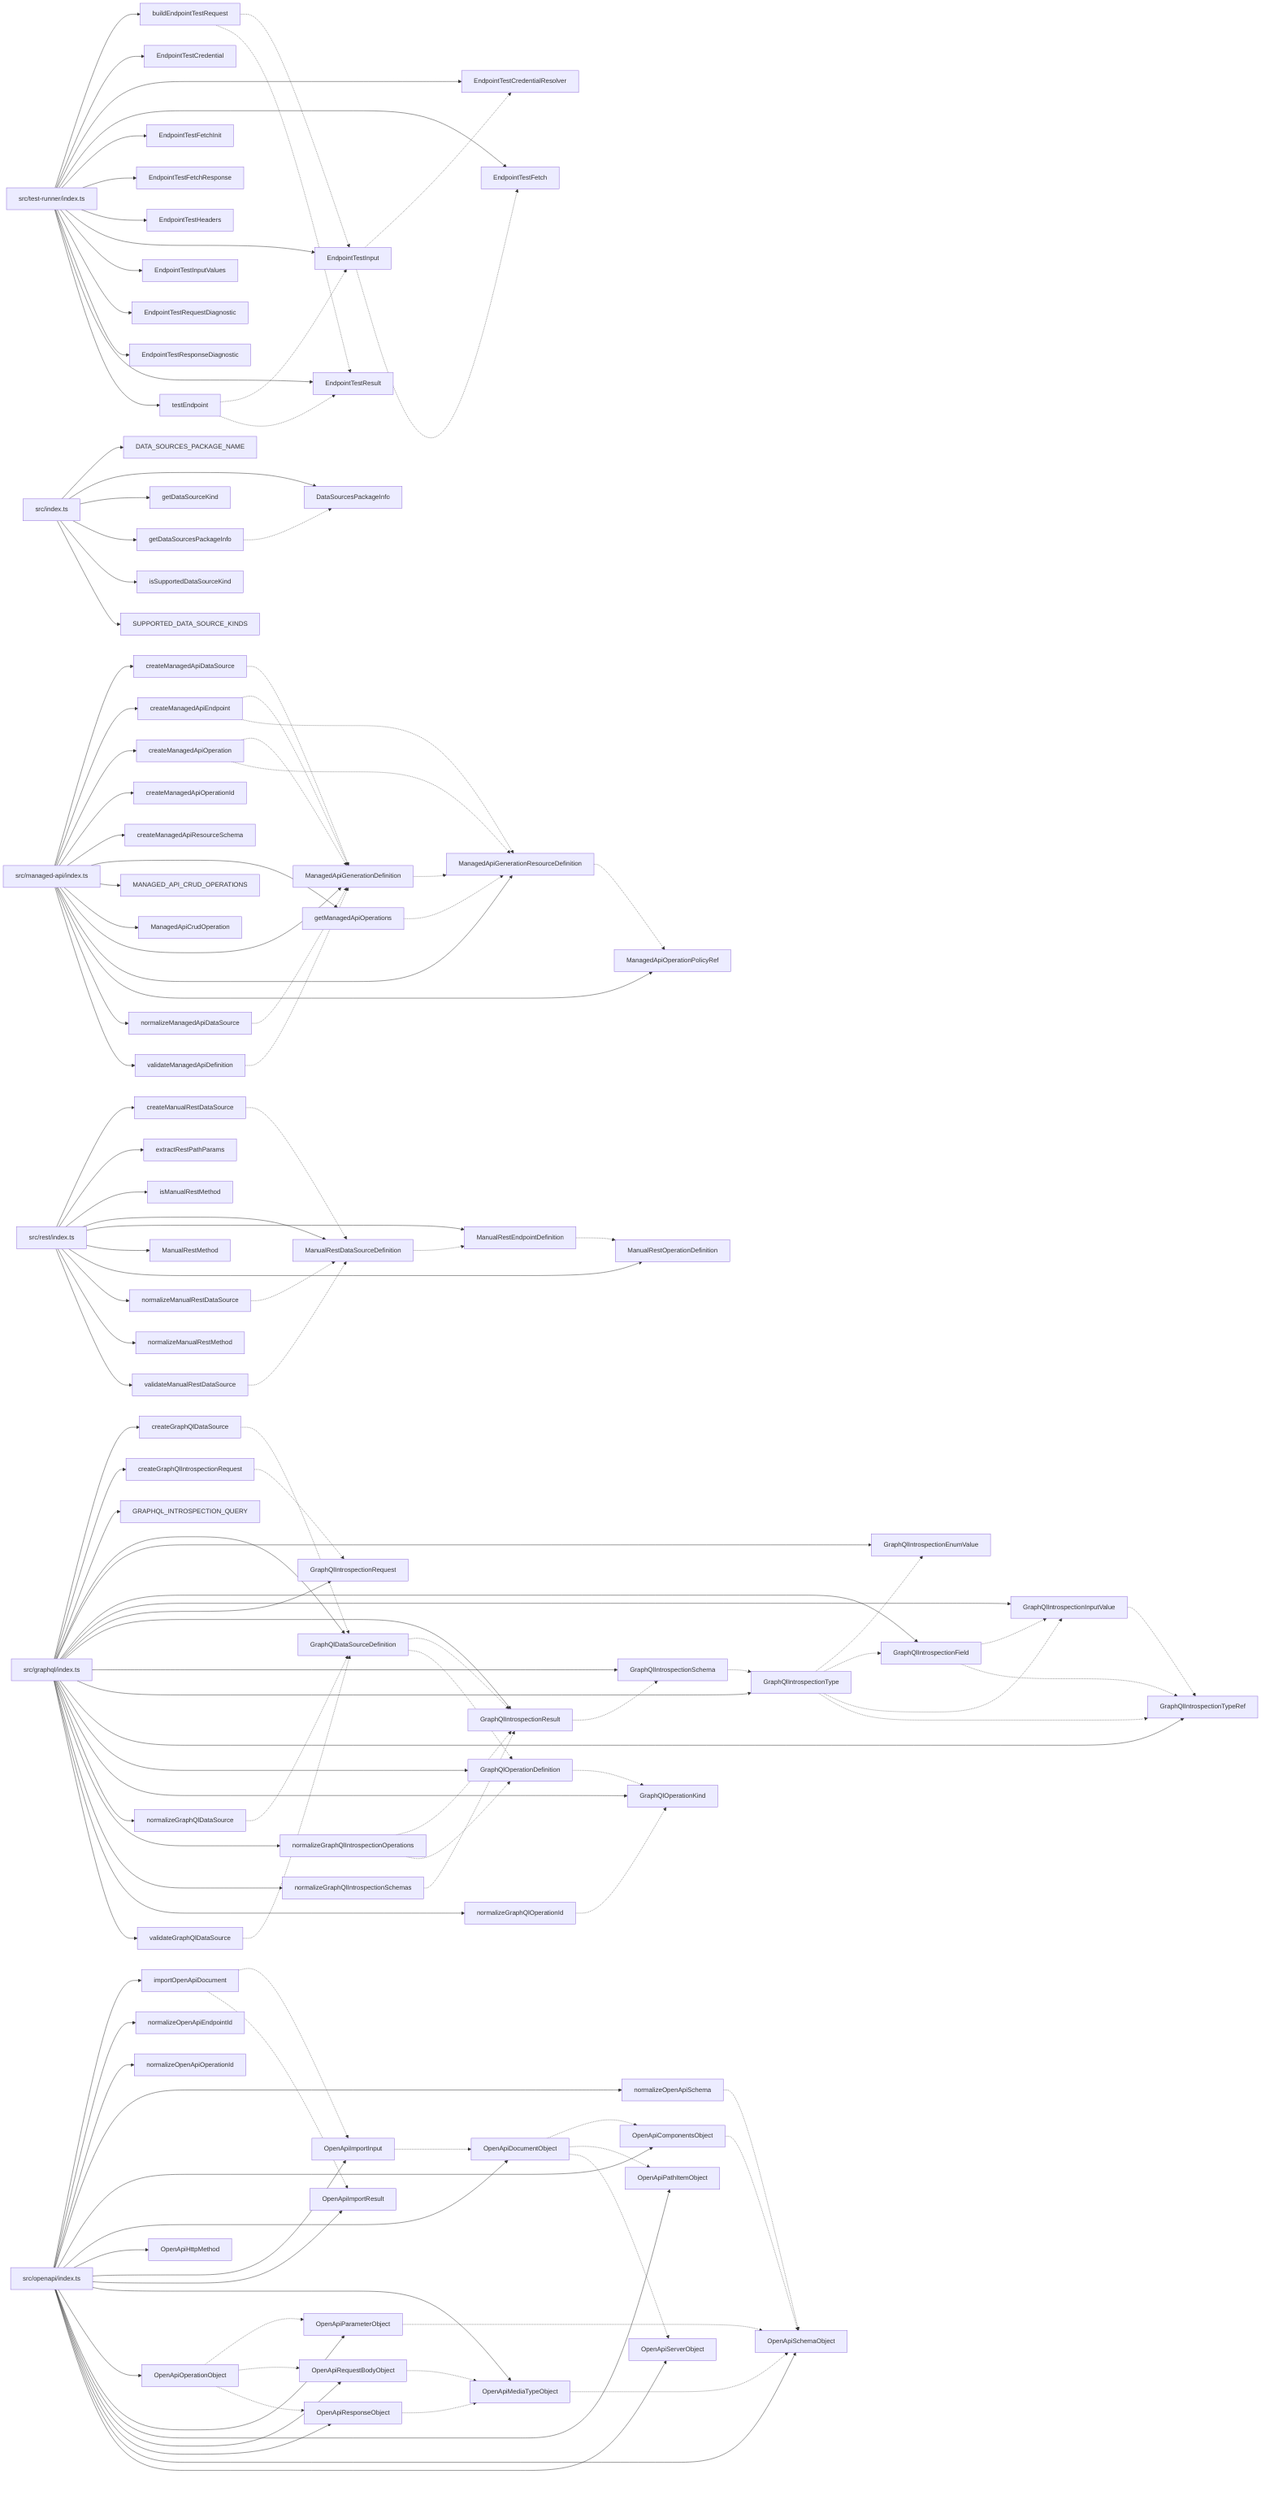
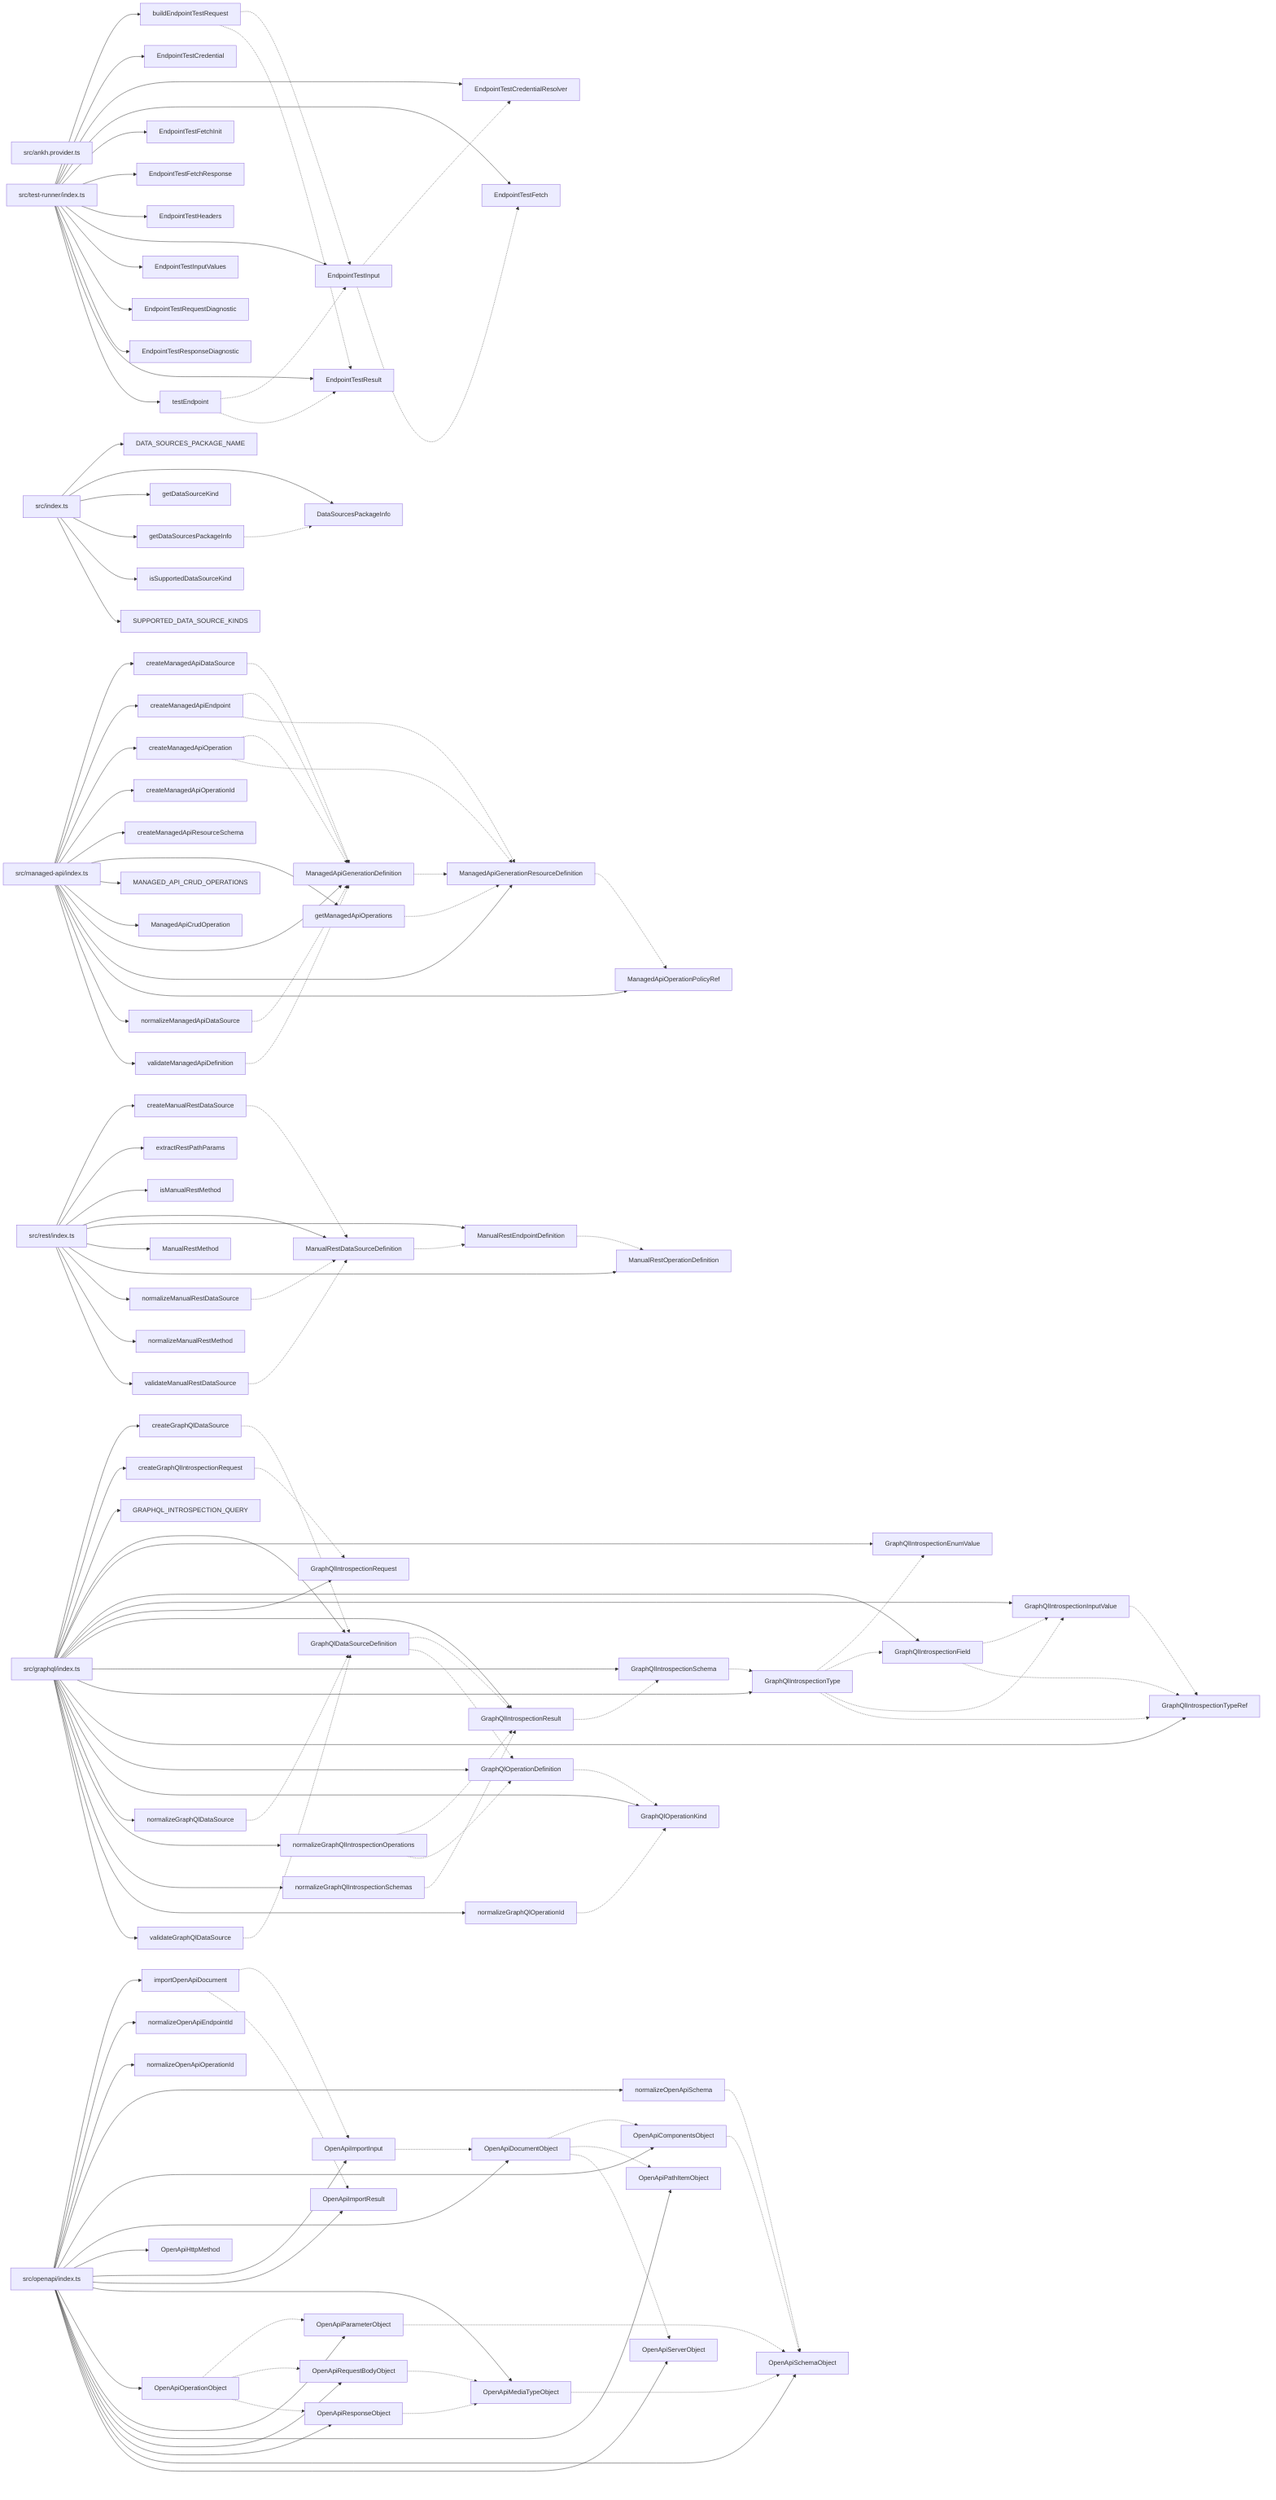
graph LR
+   module_src_ankh_provider_ts["src/ankh.provider.ts"]
  module_src_graphql_index_ts["src/graphql/index.ts"]
  module_src_index_ts["src/index.ts"]
  module_src_managed_api_index_ts["src/managed-api/index.ts"]
  module_src_openapi_index_ts["src/openapi/index.ts"]
  module_src_rest_index_ts["src/rest/index.ts"]
  module_src_test_runner_index_ts["src/test-runner/index.ts"]
  export_buildEndpointTestRequest["buildEndpointTestRequest"]
  module_src_test_runner_index_ts --> export_buildEndpointTestRequest
  export_buildEndpointTestRequest -.-> export_EndpointTestInput
  export_buildEndpointTestRequest -.-> export_EndpointTestResult
  export_createGraphQlDataSource["createGraphQlDataSource"]
  module_src_graphql_index_ts --> export_createGraphQlDataSource
  export_createGraphQlDataSource -.-> export_GraphQlDataSourceDefinition
  export_createGraphQlIntrospectionRequest["createGraphQlIntrospectionRequest"]
  module_src_graphql_index_ts --> export_createGraphQlIntrospectionRequest
  export_createGraphQlIntrospectionRequest -.-> export_GraphQlIntrospectionRequest
  export_createManagedApiDataSource["createManagedApiDataSource"]
  module_src_managed_api_index_ts --> export_createManagedApiDataSource
  export_createManagedApiDataSource -.-> export_ManagedApiGenerationDefinition
  export_createManagedApiEndpoint["createManagedApiEndpoint"]
  module_src_managed_api_index_ts --> export_createManagedApiEndpoint
  export_createManagedApiEndpoint -.-> export_ManagedApiGenerationDefinition
  export_createManagedApiEndpoint -.-> export_ManagedApiGenerationResourceDefinition
  export_createManagedApiOperation["createManagedApiOperation"]
  module_src_managed_api_index_ts --> export_createManagedApiOperation
  export_createManagedApiOperation -.-> export_ManagedApiGenerationDefinition
  export_createManagedApiOperation -.-> export_ManagedApiGenerationResourceDefinition
  export_createManagedApiOperationId["createManagedApiOperationId"]
  module_src_managed_api_index_ts --> export_createManagedApiOperationId
  export_createManagedApiResourceSchema["createManagedApiResourceSchema"]
  module_src_managed_api_index_ts --> export_createManagedApiResourceSchema
  export_createManualRestDataSource["createManualRestDataSource"]
  module_src_rest_index_ts --> export_createManualRestDataSource
  export_createManualRestDataSource -.-> export_ManualRestDataSourceDefinition
  export_DATA_SOURCES_PACKAGE_NAME["DATA_SOURCES_PACKAGE_NAME"]
  module_src_index_ts --> export_DATA_SOURCES_PACKAGE_NAME
  export_DataSourcesPackageInfo["DataSourcesPackageInfo"]
  module_src_index_ts --> export_DataSourcesPackageInfo
  export_EndpointTestCredential["EndpointTestCredential"]
  module_src_test_runner_index_ts --> export_EndpointTestCredential
  export_EndpointTestCredentialResolver["EndpointTestCredentialResolver"]
  module_src_test_runner_index_ts --> export_EndpointTestCredentialResolver
  export_EndpointTestFetch["EndpointTestFetch"]
  module_src_test_runner_index_ts --> export_EndpointTestFetch
  export_EndpointTestFetchInit["EndpointTestFetchInit"]
  module_src_test_runner_index_ts --> export_EndpointTestFetchInit
  export_EndpointTestFetchResponse["EndpointTestFetchResponse"]
  module_src_test_runner_index_ts --> export_EndpointTestFetchResponse
  export_EndpointTestHeaders["EndpointTestHeaders"]
  module_src_test_runner_index_ts --> export_EndpointTestHeaders
  export_EndpointTestInput["EndpointTestInput"]
  module_src_test_runner_index_ts --> export_EndpointTestInput
  export_EndpointTestInput -.-> export_EndpointTestCredentialResolver
  export_EndpointTestInput -.-> export_EndpointTestFetch
  export_EndpointTestInputValues["EndpointTestInputValues"]
  module_src_test_runner_index_ts --> export_EndpointTestInputValues
  export_EndpointTestRequestDiagnostic["EndpointTestRequestDiagnostic"]
  module_src_test_runner_index_ts --> export_EndpointTestRequestDiagnostic
  export_EndpointTestResponseDiagnostic["EndpointTestResponseDiagnostic"]
  module_src_test_runner_index_ts --> export_EndpointTestResponseDiagnostic
  export_EndpointTestResult["EndpointTestResult"]
  module_src_test_runner_index_ts --> export_EndpointTestResult
  export_extractRestPathParams["extractRestPathParams"]
  module_src_rest_index_ts --> export_extractRestPathParams
  export_getDataSourceKind["getDataSourceKind"]
  module_src_index_ts --> export_getDataSourceKind
  export_getDataSourcesPackageInfo["getDataSourcesPackageInfo"]
  module_src_index_ts --> export_getDataSourcesPackageInfo
  export_getDataSourcesPackageInfo -.-> export_DataSourcesPackageInfo
  export_getManagedApiOperations["getManagedApiOperations"]
  module_src_managed_api_index_ts --> export_getManagedApiOperations
  export_getManagedApiOperations -.-> export_ManagedApiGenerationResourceDefinition
  export_GRAPHQL_INTROSPECTION_QUERY["GRAPHQL_INTROSPECTION_QUERY"]
  module_src_graphql_index_ts --> export_GRAPHQL_INTROSPECTION_QUERY
  export_GraphQlDataSourceDefinition["GraphQlDataSourceDefinition"]
  module_src_graphql_index_ts --> export_GraphQlDataSourceDefinition
  export_GraphQlDataSourceDefinition -.-> export_GraphQlIntrospectionResult
  export_GraphQlDataSourceDefinition -.-> export_GraphQlOperationDefinition
  export_GraphQlIntrospectionEnumValue["GraphQlIntrospectionEnumValue"]
  module_src_graphql_index_ts --> export_GraphQlIntrospectionEnumValue
  export_GraphQlIntrospectionField["GraphQlIntrospectionField"]
  module_src_graphql_index_ts --> export_GraphQlIntrospectionField
  export_GraphQlIntrospectionField -.-> export_GraphQlIntrospectionInputValue
  export_GraphQlIntrospectionField -.-> export_GraphQlIntrospectionTypeRef
  export_GraphQlIntrospectionInputValue["GraphQlIntrospectionInputValue"]
  module_src_graphql_index_ts --> export_GraphQlIntrospectionInputValue
  export_GraphQlIntrospectionInputValue -.-> export_GraphQlIntrospectionTypeRef
  export_GraphQlIntrospectionRequest["GraphQlIntrospectionRequest"]
  module_src_graphql_index_ts --> export_GraphQlIntrospectionRequest
  export_GraphQlIntrospectionResult["GraphQlIntrospectionResult"]
  module_src_graphql_index_ts --> export_GraphQlIntrospectionResult
  export_GraphQlIntrospectionResult -.-> export_GraphQlIntrospectionSchema
  export_GraphQlIntrospectionSchema["GraphQlIntrospectionSchema"]
  module_src_graphql_index_ts --> export_GraphQlIntrospectionSchema
  export_GraphQlIntrospectionSchema -.-> export_GraphQlIntrospectionType
  export_GraphQlIntrospectionType["GraphQlIntrospectionType"]
  module_src_graphql_index_ts --> export_GraphQlIntrospectionType
  export_GraphQlIntrospectionType -.-> export_GraphQlIntrospectionEnumValue
  export_GraphQlIntrospectionType -.-> export_GraphQlIntrospectionField
  export_GraphQlIntrospectionType -.-> export_GraphQlIntrospectionInputValue
  export_GraphQlIntrospectionType -.-> export_GraphQlIntrospectionTypeRef
  export_GraphQlIntrospectionTypeRef["GraphQlIntrospectionTypeRef"]
  module_src_graphql_index_ts --> export_GraphQlIntrospectionTypeRef
  export_GraphQlOperationDefinition["GraphQlOperationDefinition"]
  module_src_graphql_index_ts --> export_GraphQlOperationDefinition
  export_GraphQlOperationDefinition -.-> export_GraphQlOperationKind
  export_GraphQlOperationKind["GraphQlOperationKind"]
  module_src_graphql_index_ts --> export_GraphQlOperationKind
  export_importOpenApiDocument["importOpenApiDocument"]
  module_src_openapi_index_ts --> export_importOpenApiDocument
  export_importOpenApiDocument -.-> export_OpenApiImportInput
  export_importOpenApiDocument -.-> export_OpenApiImportResult
  export_isManualRestMethod["isManualRestMethod"]
  module_src_rest_index_ts --> export_isManualRestMethod
  export_isSupportedDataSourceKind["isSupportedDataSourceKind"]
  module_src_index_ts --> export_isSupportedDataSourceKind
  export_MANAGED_API_CRUD_OPERATIONS["MANAGED_API_CRUD_OPERATIONS"]
  module_src_managed_api_index_ts --> export_MANAGED_API_CRUD_OPERATIONS
  export_ManagedApiCrudOperation["ManagedApiCrudOperation"]
  module_src_managed_api_index_ts --> export_ManagedApiCrudOperation
  export_ManagedApiGenerationDefinition["ManagedApiGenerationDefinition"]
  module_src_managed_api_index_ts --> export_ManagedApiGenerationDefinition
  export_ManagedApiGenerationDefinition -.-> export_ManagedApiGenerationResourceDefinition
  export_ManagedApiGenerationResourceDefinition["ManagedApiGenerationResourceDefinition"]
  module_src_managed_api_index_ts --> export_ManagedApiGenerationResourceDefinition
  export_ManagedApiGenerationResourceDefinition -.-> export_ManagedApiOperationPolicyRef
  export_ManagedApiOperationPolicyRef["ManagedApiOperationPolicyRef"]
  module_src_managed_api_index_ts --> export_ManagedApiOperationPolicyRef
  export_ManualRestDataSourceDefinition["ManualRestDataSourceDefinition"]
  module_src_rest_index_ts --> export_ManualRestDataSourceDefinition
  export_ManualRestDataSourceDefinition -.-> export_ManualRestEndpointDefinition
  export_ManualRestEndpointDefinition["ManualRestEndpointDefinition"]
  module_src_rest_index_ts --> export_ManualRestEndpointDefinition
  export_ManualRestEndpointDefinition -.-> export_ManualRestOperationDefinition
  export_ManualRestMethod["ManualRestMethod"]
  module_src_rest_index_ts --> export_ManualRestMethod
  export_ManualRestOperationDefinition["ManualRestOperationDefinition"]
  module_src_rest_index_ts --> export_ManualRestOperationDefinition
  export_normalizeGraphQlDataSource["normalizeGraphQlDataSource"]
  module_src_graphql_index_ts --> export_normalizeGraphQlDataSource
  export_normalizeGraphQlDataSource -.-> export_GraphQlDataSourceDefinition
  export_normalizeGraphQlIntrospectionOperations["normalizeGraphQlIntrospectionOperations"]
  module_src_graphql_index_ts --> export_normalizeGraphQlIntrospectionOperations
  export_normalizeGraphQlIntrospectionOperations -.-> export_GraphQlIntrospectionResult
  export_normalizeGraphQlIntrospectionOperations -.-> export_GraphQlOperationDefinition
  export_normalizeGraphQlIntrospectionSchemas["normalizeGraphQlIntrospectionSchemas"]
  module_src_graphql_index_ts --> export_normalizeGraphQlIntrospectionSchemas
  export_normalizeGraphQlIntrospectionSchemas -.-> export_GraphQlIntrospectionResult
  export_normalizeGraphQlOperationId["normalizeGraphQlOperationId"]
  module_src_graphql_index_ts --> export_normalizeGraphQlOperationId
  export_normalizeGraphQlOperationId -.-> export_GraphQlOperationKind
  export_normalizeManagedApiDataSource["normalizeManagedApiDataSource"]
  module_src_managed_api_index_ts --> export_normalizeManagedApiDataSource
  export_normalizeManagedApiDataSource -.-> export_ManagedApiGenerationDefinition
  export_normalizeManualRestDataSource["normalizeManualRestDataSource"]
  module_src_rest_index_ts --> export_normalizeManualRestDataSource
  export_normalizeManualRestDataSource -.-> export_ManualRestDataSourceDefinition
  export_normalizeManualRestMethod["normalizeManualRestMethod"]
  module_src_rest_index_ts --> export_normalizeManualRestMethod
  export_normalizeOpenApiEndpointId["normalizeOpenApiEndpointId"]
  module_src_openapi_index_ts --> export_normalizeOpenApiEndpointId
  export_normalizeOpenApiOperationId["normalizeOpenApiOperationId"]
  module_src_openapi_index_ts --> export_normalizeOpenApiOperationId
  export_normalizeOpenApiSchema["normalizeOpenApiSchema"]
  module_src_openapi_index_ts --> export_normalizeOpenApiSchema
  export_normalizeOpenApiSchema -.-> export_OpenApiSchemaObject
  export_OpenApiComponentsObject["OpenApiComponentsObject"]
  module_src_openapi_index_ts --> export_OpenApiComponentsObject
  export_OpenApiComponentsObject -.-> export_OpenApiSchemaObject
  export_OpenApiDocumentObject["OpenApiDocumentObject"]
  module_src_openapi_index_ts --> export_OpenApiDocumentObject
  export_OpenApiDocumentObject -.-> export_OpenApiComponentsObject
  export_OpenApiDocumentObject -.-> export_OpenApiPathItemObject
  export_OpenApiDocumentObject -.-> export_OpenApiServerObject
  export_OpenApiHttpMethod["OpenApiHttpMethod"]
  module_src_openapi_index_ts --> export_OpenApiHttpMethod
  export_OpenApiImportInput["OpenApiImportInput"]
  module_src_openapi_index_ts --> export_OpenApiImportInput
  export_OpenApiImportInput -.-> export_OpenApiDocumentObject
  export_OpenApiImportResult["OpenApiImportResult"]
  module_src_openapi_index_ts --> export_OpenApiImportResult
  export_OpenApiMediaTypeObject["OpenApiMediaTypeObject"]
  module_src_openapi_index_ts --> export_OpenApiMediaTypeObject
  export_OpenApiMediaTypeObject -.-> export_OpenApiSchemaObject
  export_OpenApiOperationObject["OpenApiOperationObject"]
  module_src_openapi_index_ts --> export_OpenApiOperationObject
  export_OpenApiOperationObject -.-> export_OpenApiParameterObject
  export_OpenApiOperationObject -.-> export_OpenApiRequestBodyObject
  export_OpenApiOperationObject -.-> export_OpenApiResponseObject
  export_OpenApiParameterObject["OpenApiParameterObject"]
  module_src_openapi_index_ts --> export_OpenApiParameterObject
  export_OpenApiParameterObject -.-> export_OpenApiSchemaObject
  export_OpenApiPathItemObject["OpenApiPathItemObject"]
  module_src_openapi_index_ts --> export_OpenApiPathItemObject
  export_OpenApiRequestBodyObject["OpenApiRequestBodyObject"]
  module_src_openapi_index_ts --> export_OpenApiRequestBodyObject
  export_OpenApiRequestBodyObject -.-> export_OpenApiMediaTypeObject
  export_OpenApiResponseObject["OpenApiResponseObject"]
  module_src_openapi_index_ts --> export_OpenApiResponseObject
  export_OpenApiResponseObject -.-> export_OpenApiMediaTypeObject
  export_OpenApiSchemaObject["OpenApiSchemaObject"]
  module_src_openapi_index_ts --> export_OpenApiSchemaObject
  export_OpenApiServerObject["OpenApiServerObject"]
  module_src_openapi_index_ts --> export_OpenApiServerObject
  export_SUPPORTED_DATA_SOURCE_KINDS["SUPPORTED_DATA_SOURCE_KINDS"]
  module_src_index_ts --> export_SUPPORTED_DATA_SOURCE_KINDS
  export_testEndpoint["testEndpoint"]
  module_src_test_runner_index_ts --> export_testEndpoint
  export_testEndpoint -.-> export_EndpointTestInput
  export_testEndpoint -.-> export_EndpointTestResult
  export_validateGraphQlDataSource["validateGraphQlDataSource"]
  module_src_graphql_index_ts --> export_validateGraphQlDataSource
  export_validateGraphQlDataSource -.-> export_GraphQlDataSourceDefinition
  export_validateManagedApiDefinition["validateManagedApiDefinition"]
  module_src_managed_api_index_ts --> export_validateManagedApiDefinition
  export_validateManagedApiDefinition -.-> export_ManagedApiGenerationDefinition
  export_validateManualRestDataSource["validateManualRestDataSource"]
  module_src_rest_index_ts --> export_validateManualRestDataSource
  export_validateManualRestDataSource -.-> export_ManualRestDataSourceDefinition
